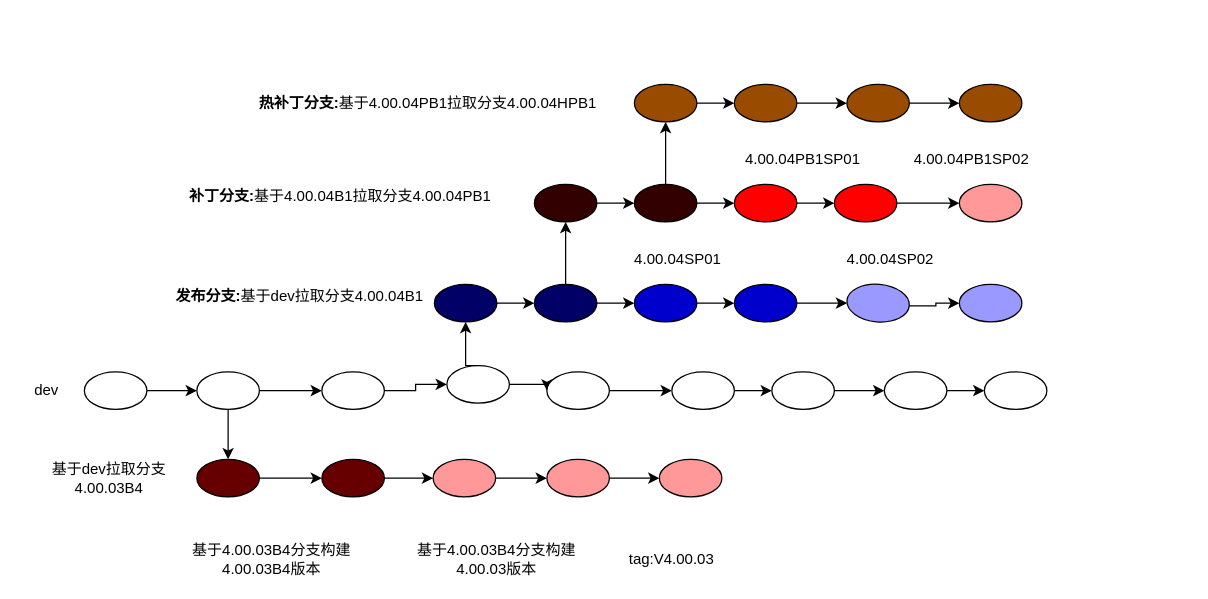
Above: branch.drawio in xiaoyuanwu123/learnGit (draw.io), before the change. Source tidied: cells renumbered, new cells numbered last; positions are measured from the earlier drawing's top-left corner, leaving out a move shared by most shapes. Both pictures are drawn from the tidied source at 125%, with x=0, y=0 at pixel (21, 84).
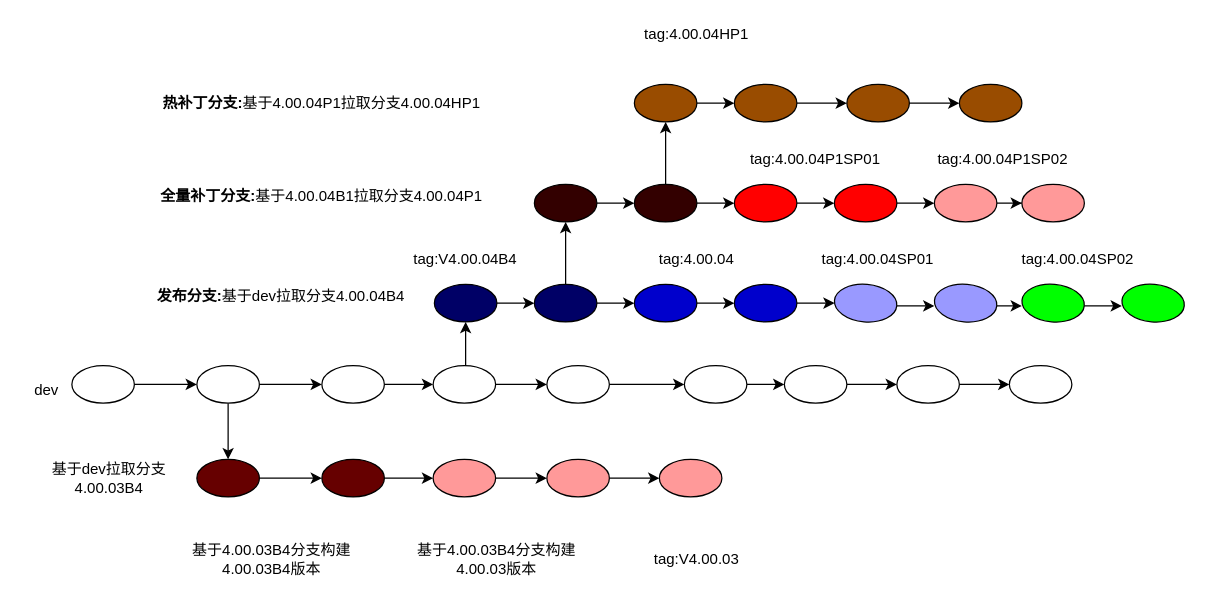
The same page after the edit.

Diff of the diagram source:
```diff
@@
     <mxCell id="3" style="ellipse;whiteSpace=wrap;html=1;" parent="1" vertex="1">
-      <mxGeometry x="50" y="230" width="50" height="30" as="geometry" />
+      <mxGeometry x="40" y="225" width="50" height="30" as="geometry" />
     </mxCell>
@@
     <mxCell id="6" style="ellipse;whiteSpace=wrap;html=1;" parent="1" vertex="1">
-      <mxGeometry x="140" y="230" width="50" height="30" as="geometry" />
+      <mxGeometry x="140" y="225" width="50" height="30" as="geometry" />
     </mxCell>
-    <mxCell id="7" style="edgeStyle=orthogonalEdgeStyle;rounded=0;jettySize=auto;html=1;exitX=1;exitY=0.5;exitDx=0;exitDy=0;entryX=0;entryY=0.5;entryDx=0;entryDy=0;" parent="1" edge="1" source="8" target="11">
+    <mxCell id="7" style="edgeStyle=orthogonalEdgeStyle;rounded=0;jettySize=auto;html=1;exitX=1;exitY=0.5;exitDx=0;exitDy=0;" parent="1" edge="1" source="8" target="11">
       <mxGeometry relative="1" as="geometry" />
     </mxCell>
     <mxCell id="8" style="ellipse;whiteSpace=wrap;html=1;" parent="1" vertex="1">
-      <mxGeometry x="240" y="230" width="50" height="30" as="geometry" />
+      <mxGeometry x="240" y="225" width="50" height="30" as="geometry" />
     </mxCell>
@@
     <mxCell id="11" style="ellipse;whiteSpace=wrap;html=1;" parent="1" vertex="1">
-      <mxGeometry x="340" y="225" width="50" height="30" as="geometry" />
+      <mxGeometry x="329" y="225" width="50" height="30" as="geometry" />
     </mxCell>
@@
     <mxCell id="13" style="ellipse;whiteSpace=wrap;html=1;" parent="1" vertex="1">
-      <mxGeometry x="420" y="230" width="50" height="30" as="geometry" />
+      <mxGeometry x="420" y="225" width="50" height="30" as="geometry" />
     </mxCell>
@@
     <mxCell id="15" style="ellipse;whiteSpace=wrap;html=1;" parent="1" vertex="1">
-      <mxGeometry x="520" y="230" width="50" height="30" as="geometry" />
+      <mxGeometry x="530" y="225" width="50" height="30" as="geometry" />
     </mxCell>
@@
     <mxCell id="17" style="ellipse;whiteSpace=wrap;html=1;" parent="1" vertex="1">
-      <mxGeometry x="600" y="230" width="50" height="30" as="geometry" />
+      <mxGeometry x="610" y="225" width="50" height="30" as="geometry" />
     </mxCell>
@@
     <mxCell id="19" style="ellipse;whiteSpace=wrap;html=1;" parent="1" vertex="1">
-      <mxGeometry x="690" y="230" width="50" height="30" as="geometry" />
+      <mxGeometry x="700" y="225" width="50" height="30" as="geometry" />
     </mxCell>
     <mxCell id="20" style="ellipse;whiteSpace=wrap;html=1;" parent="1" vertex="1">
-      <mxGeometry x="770" y="230" width="50" height="30" as="geometry" />
+      <mxGeometry x="790" y="225" width="50" height="30" as="geometry" />
     </mxCell>
@@
-    <mxCell id="38" value="&lt;b&gt;发布分支:&lt;/b&gt;基于dev拉取分支4.00.04B1" style="text;html=1;strokeColor=none;fillColor=none;align=center;verticalAlign=middle;whiteSpace=wrap;rounded=0;" parent="1" vertex="1">
-      <mxGeometry x="120" y="160" width="205" height="20" as="geometry" />
+    <mxCell id="38" value="&lt;b&gt;发布分支:&lt;/b&gt;基于dev拉取分支4.00.04B4" style="text;html=1;strokeColor=none;fillColor=none;align=center;verticalAlign=middle;whiteSpace=wrap;rounded=0;" parent="1" vertex="1">
+      <mxGeometry x="105" y="160" width="205" height="20" as="geometry" />
     </mxCell>
@@
-    <mxCell id="44" style="edgeStyle=orthogonalEdgeStyle;rounded=0;jettySize=auto;html=1;exitX=1;exitY=0.5;exitDx=0;exitDy=0;entryX=0;entryY=0.5;entryDx=0;entryDy=0;" parent="1" edge="1" source="45" target="46">
-      <mxGeometry relative="1" as="geometry" />
-    </mxCell>
+    <mxCell id="71" style="edgeStyle=orthogonalEdgeStyle;rounded=0;jettySize=auto;html=1;exitX=1;exitY=0.5;exitDx=0;exitDy=0;" parent="1" edge="1" source="45">
+      <mxGeometry relative="1" as="geometry">
+        <mxPoint x="730" y="177" as="targetPoint" />
+      </mxGeometry>
+    </mxCell>
     <mxCell id="45" style="ellipse;whiteSpace=wrap;html=1;rotation=5;fillColor=#9999FF;" parent="1" vertex="1">
-      <mxGeometry x="660" y="160" width="50" height="30" as="geometry" />
+      <mxGeometry x="650" y="160" width="50" height="30" as="geometry" />
     </mxCell>
-    <mxCell id="46" style="ellipse;whiteSpace=wrap;html=1;fillColor=#9999FF;" parent="1" vertex="1">
-      <mxGeometry x="750" y="160" width="50" height="30" as="geometry" />
-    </mxCell>
@@
+    <mxCell id="72" style="edgeStyle=orthogonalEdgeStyle;rounded=0;jettySize=auto;html=1;exitX=1;exitY=0.5;exitDx=0;exitDy=0;" parent="1" edge="1" source="56" target="73">
+      <mxGeometry relative="1" as="geometry" />
+    </mxCell>
     <mxCell id="56" style="ellipse;whiteSpace=wrap;html=1;fillColor=#FF9999;" parent="1" vertex="1">
-      <mxGeometry x="750" y="80" width="50" height="30" as="geometry" />
+      <mxGeometry x="730" y="80" width="50" height="30" as="geometry" />
     </mxCell>
@@
-    <mxCell id="64" value="&lt;b&gt;补丁分支:&lt;/b&gt;基于4.00.04B1拉取分支4.00.04PB1" style="text;html=1;strokeColor=none;fillColor=none;align=center;verticalAlign=middle;whiteSpace=wrap;rounded=0;" parent="1" vertex="1">
-      <mxGeometry x="130" y="80" width="250" height="20" as="geometry" />
+    <mxCell id="64" value="&lt;b&gt;全量补丁分支:&lt;/b&gt;基于4.00.04B1拉取分支4.00.04P1" style="text;html=1;strokeColor=none;fillColor=none;align=center;verticalAlign=middle;whiteSpace=wrap;rounded=0;" parent="1" vertex="1">
+      <mxGeometry x="100" y="80" width="280" height="20" as="geometry" />
     </mxCell>
-    <mxCell id="65" value="&lt;b&gt;热补丁分支:&lt;/b&gt;基于4.00.04PB1拉取分支4.00.04HPB1" style="text;html=1;strokeColor=none;fillColor=none;align=center;verticalAlign=middle;whiteSpace=wrap;rounded=0;" parent="1" vertex="1">
-      <mxGeometry x="180" y="5" width="290" height="20" as="geometry" />
+    <mxCell id="65" value="&lt;b&gt;热补丁分支:&lt;/b&gt;基于4.00.04P1拉取分支4.00.04HP1" style="text;html=1;strokeColor=none;fillColor=none;align=center;verticalAlign=middle;whiteSpace=wrap;rounded=0;" parent="1" vertex="1">
+      <mxGeometry x="95" y="5" width="290" height="20" as="geometry" />
     </mxCell>
-    <mxCell id="66" value="4.00.04SP01" style="text;html=1;strokeColor=none;fillColor=none;align=center;verticalAlign=middle;whiteSpace=wrap;rounded=0;" parent="1" vertex="1">
-      <mxGeometry x="480" y="130" width="90" height="20" as="geometry" />
+    <mxCell id="66" value="tag:4.00.04" style="text;html=1;strokeColor=none;fillColor=none;align=center;verticalAlign=middle;whiteSpace=wrap;rounded=0;" parent="1" vertex="1">
+      <mxGeometry x="480" y="130" width="120" height="20" as="geometry" />
     </mxCell>
-    <mxCell id="67" value="4.00.04SP02" style="text;html=1;strokeColor=none;fillColor=none;align=center;verticalAlign=middle;whiteSpace=wrap;rounded=0;" parent="1" vertex="1">
-      <mxGeometry x="650" y="130" width="90" height="20" as="geometry" />
+    <mxCell id="67" value="tag:4.00.04SP01" style="text;html=1;strokeColor=none;fillColor=none;align=center;verticalAlign=middle;whiteSpace=wrap;rounded=0;" parent="1" vertex="1">
+      <mxGeometry x="630" y="130" width="110" height="20" as="geometry" />
     </mxCell>
-    <mxCell id="68" value="4.00.04PB1SP01" style="text;html=1;strokeColor=none;fillColor=none;align=center;verticalAlign=middle;whiteSpace=wrap;rounded=0;" parent="1" vertex="1">
-      <mxGeometry x="580" y="50" width="90" height="20" as="geometry" />
+    <mxCell id="68" value="tag:4.00.04P1SP01" style="text;html=1;strokeColor=none;fillColor=none;align=center;verticalAlign=middle;whiteSpace=wrap;rounded=0;" parent="1" vertex="1">
+      <mxGeometry x="580" y="50" width="110" height="20" as="geometry" />
     </mxCell>
-    <mxCell id="69" value="4.00.04PB1SP02" style="text;html=1;strokeColor=none;fillColor=none;align=center;verticalAlign=middle;whiteSpace=wrap;rounded=0;" parent="1" vertex="1">
-      <mxGeometry x="710" y="50" width="100" height="20" as="geometry" />
+    <mxCell id="69" value="tag:4.00.04P1SP02" style="text;html=1;strokeColor=none;fillColor=none;align=center;verticalAlign=middle;whiteSpace=wrap;rounded=0;" parent="1" vertex="1">
+      <mxGeometry x="720" y="50" width="130" height="20" as="geometry" />
     </mxCell>
     <mxCell id="70" value="tag:V4.00.03" style="text;html=1;strokeColor=none;fillColor=none;align=center;verticalAlign=middle;whiteSpace=wrap;rounded=0;" parent="1" vertex="1">
-      <mxGeometry x="450" y="370" width="140" height="20" as="geometry" />
+      <mxGeometry x="470" y="370" width="140" height="20" as="geometry" />
     </mxCell>
+    <mxCell id="73" style="ellipse;whiteSpace=wrap;html=1;fillColor=#FF9999;" parent="1" vertex="1">
+      <mxGeometry x="800" y="80" width="50" height="30" as="geometry" />
+    </mxCell>
+    <mxCell id="74" value="tag:4.00.04HP1" style="text;html=1;strokeColor=none;fillColor=none;align=center;verticalAlign=middle;whiteSpace=wrap;rounded=0;" parent="1" vertex="1">
+      <mxGeometry x="485" y="-50" width="110" height="20" as="geometry" />
+    </mxCell>
+    <mxCell id="75" value="tag:V4.00.04B4" style="text;html=1;strokeColor=none;fillColor=none;align=center;verticalAlign=middle;whiteSpace=wrap;rounded=0;" parent="1" vertex="1">
+      <mxGeometry x="285" y="130" width="140" height="20" as="geometry" />
+    </mxCell>
+    <mxCell id="76" style="edgeStyle=orthogonalEdgeStyle;rounded=0;jettySize=auto;html=1;exitX=1;exitY=0.5;exitDx=0;exitDy=0;" parent="1" edge="1" source="77">
+      <mxGeometry relative="1" as="geometry">
+        <mxPoint x="800" y="177" as="targetPoint" />
+      </mxGeometry>
+    </mxCell>
+    <mxCell id="77" style="ellipse;whiteSpace=wrap;html=1;rotation=5;fillColor=#9999FF;" parent="1" vertex="1">
+      <mxGeometry x="730" y="160" width="50" height="30" as="geometry" />
+    </mxCell>
+    <mxCell id="78" style="edgeStyle=orthogonalEdgeStyle;rounded=0;jettySize=auto;html=1;exitX=1;exitY=0.5;exitDx=0;exitDy=0;" parent="1" edge="1" source="79">
+      <mxGeometry relative="1" as="geometry">
+        <mxPoint x="880" y="177" as="targetPoint" />
+      </mxGeometry>
+    </mxCell>
+    <mxCell id="79" style="ellipse;whiteSpace=wrap;html=1;rotation=5;fillColor=#00FF00;" parent="1" vertex="1">
+      <mxGeometry x="800" y="160" width="50" height="30" as="geometry" />
+    </mxCell>
+    <mxCell id="80" style="ellipse;whiteSpace=wrap;html=1;rotation=5;fillColor=#00FF00;" parent="1" vertex="1">
+      <mxGeometry x="880" y="160" width="50" height="30" as="geometry" />
+    </mxCell>
+    <mxCell id="81" value="tag:4.00.04SP02" style="text;html=1;strokeColor=none;fillColor=none;align=center;verticalAlign=middle;whiteSpace=wrap;rounded=0;" parent="1" vertex="1">
+      <mxGeometry x="790" y="130" width="110" height="20" as="geometry" />
+    </mxCell>
```
